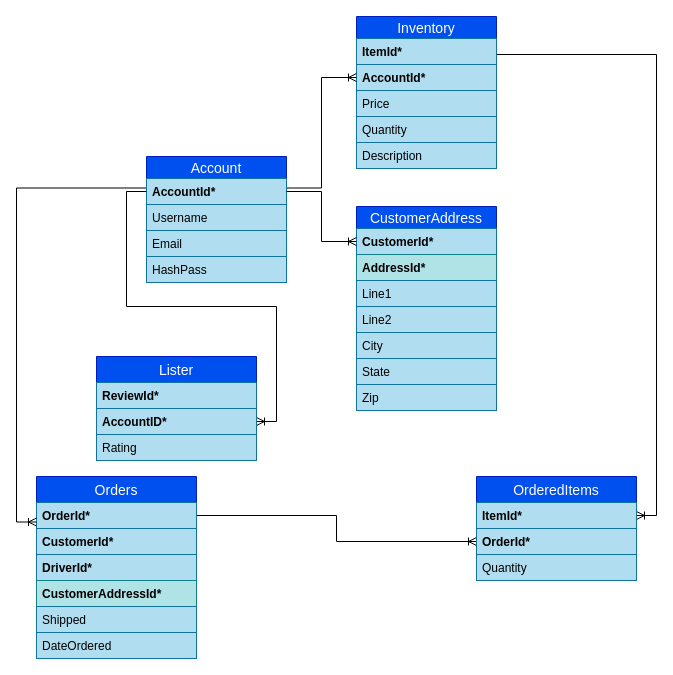
jcorm714/Naybrr keeps this draw.io diagram as DrivrER.drawio. Above is the earlier version. Source tidied: cells renumbered, new cells numbered last; positions are measured from the earlier drawing's top-left corner, leaving out a move shared by most shapes. Both pictures are drawn from the tidied source at 100%, with x=0, y=0 at pixel (36, 16).
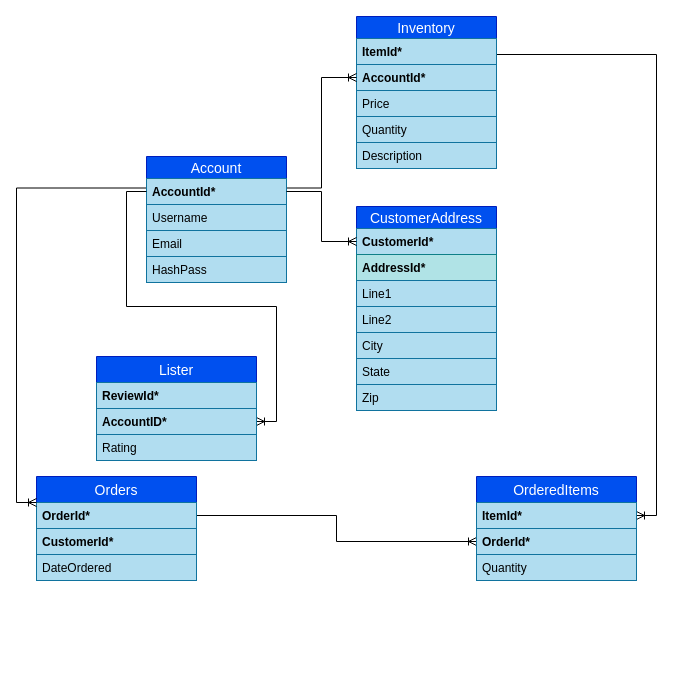
The same diagram, later.

What changed in the source:
```diff
@@
     <mxCell id="14" value="Orders" style="swimlane;fontStyle=0;horizontal=1;startSize=26;align=center;fontSize=14;fillColor=#0050ef;strokeColor=#001DBC;fontColor=#ffffff;" parent="1" vertex="1">
-      <mxGeometry y="460" width="160" height="182" as="geometry" />
+      <mxGeometry y="460" width="160" height="104" as="geometry" />
     </mxCell>
@@
-    <mxCell id="17" value="DriverId*" style="text;strokeColor=#10739e;fillColor=#b1ddf0;spacingLeft=4;spacingRight=4;overflow=hidden;fontSize=12;fontStyle=1;" parent="14" vertex="1">
-      <mxGeometry y="78" width="160" height="26" as="geometry" />
-    </mxCell>
-    <mxCell id="18" value="CustomerAddressId*" style="text;strokeColor=#0e8088;fillColor=#b0e3e6;spacingLeft=4;spacingRight=4;overflow=hidden;fontSize=12;fontStyle=1;" parent="14" vertex="1">
-      <mxGeometry y="104" width="160" height="26" as="geometry" />
-    </mxCell>
-    <mxCell id="19" value="Shipped" style="text;strokeColor=#10739e;fillColor=#b1ddf0;spacingLeft=4;spacingRight=4;overflow=hidden;fontSize=12;" parent="14" vertex="1">
-      <mxGeometry y="130" width="160" height="26" as="geometry" />
-    </mxCell>
     <mxCell id="20" value="DateOrdered" style="text;strokeColor=#10739e;fillColor=#b1ddf0;spacingLeft=4;spacingRight=4;overflow=hidden;fontSize=12;" parent="14" vertex="1">
-      <mxGeometry y="156" width="160" height="26" as="geometry" />
+      <mxGeometry y="78" width="160" height="26" as="geometry" />
     </mxCell>
```
